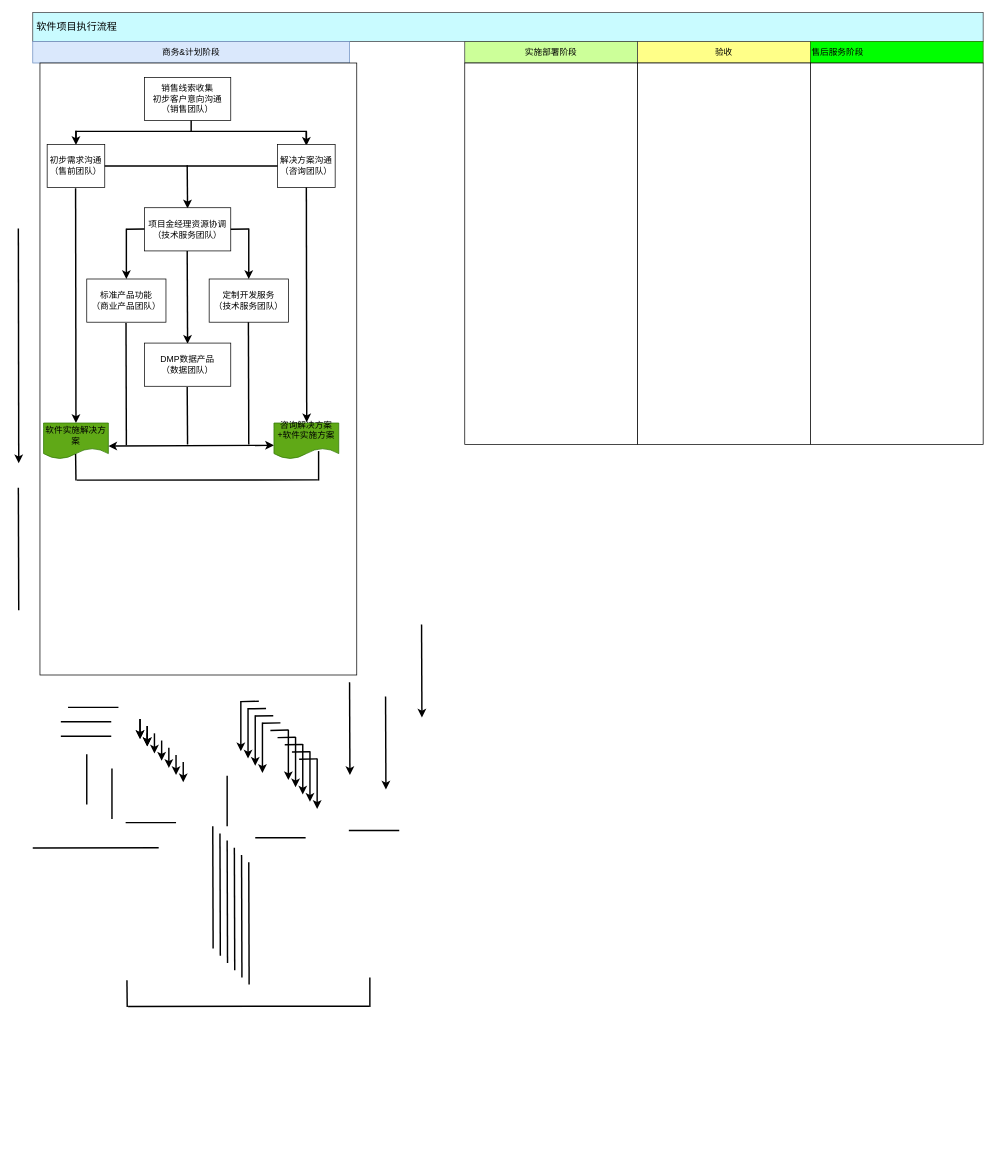
Before: 未命名绘图.drawio in pingxinerlun/Demo, a draw.io diagram. Source tidied: cells renumbered, new cells numbered last; positions are measured from the earlier drawing's top-left corner, leaving out a move shared by most shapes. Both pictures are drawn from the tidied source at 72%, with x=0, y=0 at pixel (18, 12).
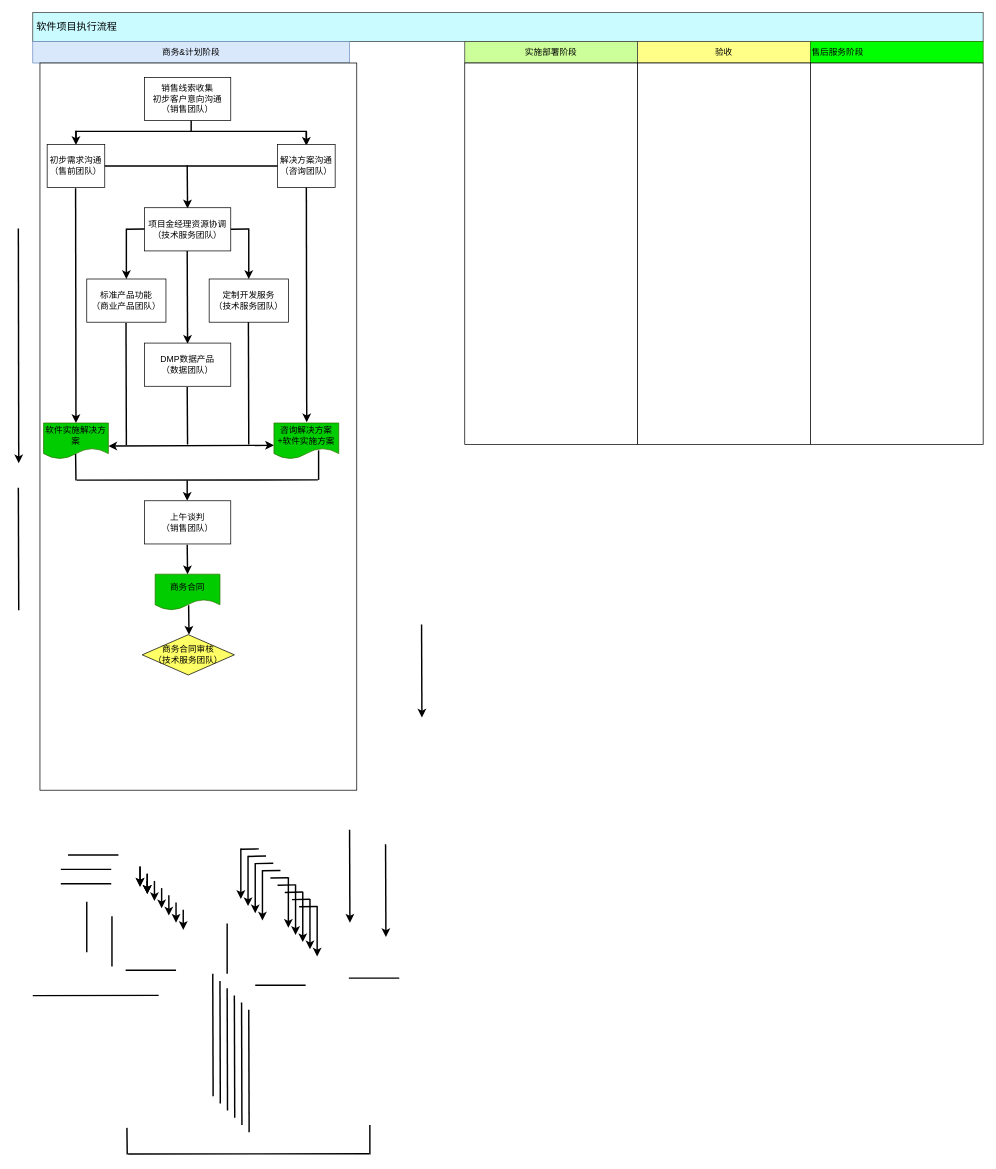
The same page after the edit.

Commit message:
商务合同审核.drawio

Diff of the diagram source:
```diff
@@
     <mxCell id="7" style="rounded=0;whiteSpace=wrap;html=1;align=left;fillColor=#FFFFFF;" parent="1" vertex="1">
-      <mxGeometry x="30" y="70" width="440" height="850" as="geometry" />
+      <mxGeometry x="30" y="70" width="440" height="1010" as="geometry" />
     </mxCell>
@@
     <mxCell id="16" style="endArrow=classic;html=1;endSize=6;strokeWidth=2;" parent="1" edge="1">
       <mxGeometry relative="1" as="geometry">
-        <mxPoint x="169" y="981" as="sourcePoint" />
-        <mxPoint x="169" y="1009" as="targetPoint" />
+        <mxPoint x="169" y="1186" as="sourcePoint" />
+        <mxPoint x="169" y="1214" as="targetPoint" />
       </mxGeometry>
     </mxCell>
     <mxCell id="17" style="endArrow=classic;html=1;endSize=6;strokeWidth=2;" parent="1" edge="1">
       <mxGeometry relative="1" as="geometry">
-        <mxPoint x="179" y="1001" as="sourcePoint" />
-        <mxPoint x="179" y="1019" as="targetPoint" />
+        <mxPoint x="179" y="1206" as="sourcePoint" />
+        <mxPoint x="179" y="1224" as="targetPoint" />
       </mxGeometry>
     </mxCell>
@@
     <mxCell id="21" style="endArrow=classic;html=1;endSize=6;strokeWidth=2;" parent="1" edge="1">
       <mxGeometry relative="1" as="geometry">
-        <mxPoint x="169" y="981" as="sourcePoint" />
-        <mxPoint x="169" y="1009" as="targetPoint" />
+        <mxPoint x="169" y="1186" as="sourcePoint" />
+        <mxPoint x="169" y="1214" as="targetPoint" />
       </mxGeometry>
     </mxCell>
@@
     <mxCell id="24" style="endArrow=classic;html=1;endSize=6;strokeWidth=2;" parent="1" edge="1">
       <mxGeometry relative="1" as="geometry">
-        <mxPoint x="179" y="991" as="sourcePoint" />
-        <mxPoint x="179" y="1019" as="targetPoint" />
+        <mxPoint x="179" y="1196" as="sourcePoint" />
+        <mxPoint x="179" y="1224" as="targetPoint" />
       </mxGeometry>
     </mxCell>
     <mxCell id="25" style="endArrow=classic;html=1;endSize=6;strokeWidth=2;" parent="1" edge="1">
       <mxGeometry relative="1" as="geometry">
-        <mxPoint x="189" y="1001" as="sourcePoint" />
-        <mxPoint x="189" y="1029" as="targetPoint" />
+        <mxPoint x="189" y="1206" as="sourcePoint" />
+        <mxPoint x="189" y="1234" as="targetPoint" />
       </mxGeometry>
     </mxCell>
     <mxCell id="26" style="endArrow=classic;html=1;endSize=6;strokeWidth=2;" parent="1" edge="1">
       <mxGeometry relative="1" as="geometry">
-        <mxPoint x="199" y="1011" as="sourcePoint" />
-        <mxPoint x="199" y="1039" as="targetPoint" />
+        <mxPoint x="199" y="1216" as="sourcePoint" />
+        <mxPoint x="199" y="1244" as="targetPoint" />
       </mxGeometry>
     </mxCell>
     <mxCell id="27" style="endArrow=classic;html=1;endSize=6;strokeWidth=2;" parent="1" edge="1">
       <mxGeometry relative="1" as="geometry">
-        <mxPoint x="209" y="1021" as="sourcePoint" />
-        <mxPoint x="209" y="1049" as="targetPoint" />
+        <mxPoint x="209" y="1226" as="sourcePoint" />
+        <mxPoint x="209" y="1254" as="targetPoint" />
       </mxGeometry>
     </mxCell>
     <mxCell id="28" style="endArrow=classic;html=1;endSize=6;strokeWidth=2;" parent="1" edge="1">
       <mxGeometry relative="1" as="geometry">
-        <mxPoint x="219" y="1031" as="sourcePoint" />
-        <mxPoint x="219" y="1059" as="targetPoint" />
+        <mxPoint x="219" y="1236" as="sourcePoint" />
+        <mxPoint x="219" y="1264" as="targetPoint" />
       </mxGeometry>
     </mxCell>
     <mxCell id="29" style="endArrow=classic;html=1;endSize=6;strokeWidth=2;" parent="1" edge="1">
       <mxGeometry relative="1" as="geometry">
-        <mxPoint x="229" y="1041" as="sourcePoint" />
-        <mxPoint x="229" y="1069" as="targetPoint" />
+        <mxPoint x="229" y="1246" as="sourcePoint" />
+        <mxPoint x="229" y="1274" as="targetPoint" />
       </mxGeometry>
     </mxCell>
@@
     <mxCell id="31" style="endArrow=none;html=1;strokeWidth=2;" parent="1" edge="1">
       <mxGeometry relative="1" as="geometry">
-        <mxPoint x="59" y="985" as="sourcePoint" />
-        <mxPoint x="129" y="985" as="targetPoint" />
+        <mxPoint x="59" y="1190" as="sourcePoint" />
+        <mxPoint x="129" y="1190" as="targetPoint" />
       </mxGeometry>
     </mxCell>
     <mxCell id="32" style="endArrow=none;html=1;strokeWidth=2;" parent="1" edge="1">
       <mxGeometry relative="1" as="geometry">
-        <mxPoint x="459" y="1136" as="sourcePoint" />
-        <mxPoint x="529" y="1136" as="targetPoint" />
+        <mxPoint x="459" y="1341" as="sourcePoint" />
+        <mxPoint x="529" y="1341" as="targetPoint" />
       </mxGeometry>
     </mxCell>
     <mxCell id="33" style="endArrow=none;html=1;strokeWidth=2;" parent="1" edge="1">
       <mxGeometry relative="1" as="geometry">
-        <mxPoint x="329" y="1146" as="sourcePoint" />
-        <mxPoint x="399" y="1146" as="targetPoint" />
+        <mxPoint x="329" y="1351" as="sourcePoint" />
+        <mxPoint x="399" y="1351" as="targetPoint" />
       </mxGeometry>
     </mxCell>
     <mxCell id="34" style="endArrow=none;html=1;strokeWidth=2;" parent="1" edge="1">
       <mxGeometry relative="1" as="geometry">
-        <mxPoint x="149" y="1125" as="sourcePoint" />
-        <mxPoint x="219" y="1125" as="targetPoint" />
+        <mxPoint x="149" y="1330" as="sourcePoint" />
+        <mxPoint x="219" y="1330" as="targetPoint" />
       </mxGeometry>
     </mxCell>
     <mxCell id="35" style="endArrow=none;html=1;strokeWidth=2;" parent="1" edge="1">
       <mxGeometry relative="1" as="geometry">
-        <mxPoint x="130" y="1120" as="sourcePoint" />
-        <mxPoint x="130" y="1050" as="targetPoint" />
+        <mxPoint x="130" y="1325" as="sourcePoint" />
+        <mxPoint x="130" y="1255" as="targetPoint" />
       </mxGeometry>
     </mxCell>
     <mxCell id="36" style="endArrow=none;html=1;strokeWidth=2;" parent="1" edge="1">
       <mxGeometry relative="1" as="geometry">
-        <mxPoint x="59" y="1005" as="sourcePoint" />
-        <mxPoint x="129" y="1005" as="targetPoint" />
+        <mxPoint x="59" y="1210" as="sourcePoint" />
+        <mxPoint x="129" y="1210" as="targetPoint" />
       </mxGeometry>
     </mxCell>
     <mxCell id="37" style="endArrow=classic;html=1;endSize=6;strokeWidth=2;" parent="1" edge="1">
       <mxGeometry relative="1" as="geometry">
-        <mxPoint x="179" y="991" as="sourcePoint" />
-        <mxPoint x="179" y="1019" as="targetPoint" />
+        <mxPoint x="179" y="1196" as="sourcePoint" />
+        <mxPoint x="179" y="1224" as="targetPoint" />
       </mxGeometry>
     </mxCell>
     <mxCell id="38" style="endArrow=classic;html=1;endSize=6;strokeWidth=2;" parent="1" edge="1">
       <mxGeometry relative="1" as="geometry">
-        <mxPoint x="309" y="956" as="sourcePoint" />
-        <mxPoint x="309" y="1026" as="targetPoint" />
+        <mxPoint x="309" y="1161" as="sourcePoint" />
+        <mxPoint x="309" y="1231" as="targetPoint" />
       </mxGeometry>
     </mxCell>
     <mxCell id="39" style="endArrow=none;html=1;strokeWidth=2;" parent="1" edge="1">
       <mxGeometry relative="1" as="geometry">
-        <mxPoint x="309" y="957" as="sourcePoint" />
-        <mxPoint x="334" y="956.5" as="targetPoint" />
+        <mxPoint x="309" y="1162" as="sourcePoint" />
+        <mxPoint x="334" y="1161.5" as="targetPoint" />
       </mxGeometry>
     </mxCell>
     <mxCell id="40" style="endArrow=classic;html=1;endSize=6;strokeWidth=2;" parent="1" edge="1">
       <mxGeometry relative="1" as="geometry">
-        <mxPoint x="319" y="966" as="sourcePoint" />
-        <mxPoint x="319" y="1036" as="targetPoint" />
+        <mxPoint x="319" y="1171" as="sourcePoint" />
+        <mxPoint x="319" y="1241" as="targetPoint" />
       </mxGeometry>
     </mxCell>
     <mxCell id="41" style="endArrow=none;html=1;strokeWidth=2;" parent="1" edge="1">
       <mxGeometry relative="1" as="geometry">
-        <mxPoint x="319" y="967" as="sourcePoint" />
-        <mxPoint x="344" y="966.5" as="targetPoint" />
+        <mxPoint x="319" y="1172" as="sourcePoint" />
+        <mxPoint x="344" y="1171.5" as="targetPoint" />
       </mxGeometry>
     </mxCell>
     <mxCell id="42" style="endArrow=classic;html=1;endSize=6;strokeWidth=2;" parent="1" edge="1">
       <mxGeometry relative="1" as="geometry">
-        <mxPoint x="329" y="976" as="sourcePoint" />
-        <mxPoint x="329" y="1046" as="targetPoint" />
+        <mxPoint x="329" y="1181" as="sourcePoint" />
+        <mxPoint x="329" y="1251" as="targetPoint" />
       </mxGeometry>
     </mxCell>
     <mxCell id="43" style="endArrow=none;html=1;strokeWidth=2;" parent="1" edge="1">
       <mxGeometry relative="1" as="geometry">
-        <mxPoint x="329" y="977" as="sourcePoint" />
-        <mxPoint x="354" y="976.5" as="targetPoint" />
+        <mxPoint x="329" y="1182" as="sourcePoint" />
+        <mxPoint x="354" y="1181.5" as="targetPoint" />
       </mxGeometry>
     </mxCell>
     <mxCell id="44" style="endArrow=classic;html=1;endSize=6;strokeWidth=2;" parent="1" edge="1">
       <mxGeometry relative="1" as="geometry">
-        <mxPoint x="339" y="986" as="sourcePoint" />
-        <mxPoint x="339" y="1056" as="targetPoint" />
+        <mxPoint x="339" y="1191" as="sourcePoint" />
+        <mxPoint x="339" y="1261" as="targetPoint" />
       </mxGeometry>
     </mxCell>
     <mxCell id="45" style="endArrow=none;html=1;strokeWidth=2;" parent="1" edge="1">
       <mxGeometry relative="1" as="geometry">
-        <mxPoint x="339" y="987" as="sourcePoint" />
-        <mxPoint x="364" y="986.5" as="targetPoint" />
+        <mxPoint x="339" y="1192" as="sourcePoint" />
+        <mxPoint x="364" y="1191.5" as="targetPoint" />
       </mxGeometry>
     </mxCell>
     <mxCell id="46" style="endArrow=classic;html=1;endSize=6;strokeWidth=2;" parent="1" edge="1">
       <mxGeometry relative="1" as="geometry">
-        <mxPoint x="375" y="996" as="sourcePoint" />
-        <mxPoint x="375" y="1066" as="targetPoint" />
+        <mxPoint x="375" y="1201" as="sourcePoint" />
+        <mxPoint x="375" y="1271" as="targetPoint" />
       </mxGeometry>
     </mxCell>
     <mxCell id="47" style="endArrow=none;html=1;strokeWidth=2;" parent="1" edge="1">
       <mxGeometry relative="1" as="geometry">
-        <mxPoint x="350" y="997" as="sourcePoint" />
-        <mxPoint x="375" y="996.5" as="targetPoint" />
+        <mxPoint x="350" y="1202" as="sourcePoint" />
+        <mxPoint x="375" y="1201.5" as="targetPoint" />
       </mxGeometry>
     </mxCell>
     <mxCell id="48" style="endArrow=classic;html=1;endSize=6;strokeWidth=2;" parent="1" edge="1">
       <mxGeometry relative="1" as="geometry">
-        <mxPoint x="385" y="1006" as="sourcePoint" />
-        <mxPoint x="385" y="1076" as="targetPoint" />
+        <mxPoint x="385" y="1211" as="sourcePoint" />
+        <mxPoint x="385" y="1281" as="targetPoint" />
       </mxGeometry>
     </mxCell>
     <mxCell id="49" style="endArrow=none;html=1;strokeWidth=2;" parent="1" edge="1">
       <mxGeometry relative="1" as="geometry">
-        <mxPoint x="360" y="1007" as="sourcePoint" />
-        <mxPoint x="385" y="1006.5" as="targetPoint" />
+        <mxPoint x="360" y="1212" as="sourcePoint" />
+        <mxPoint x="385" y="1211.5" as="targetPoint" />
       </mxGeometry>
     </mxCell>
     <mxCell id="50" style="endArrow=classic;html=1;endSize=6;strokeWidth=2;" parent="1" edge="1">
       <mxGeometry relative="1" as="geometry">
-        <mxPoint x="395" y="1016" as="sourcePoint" />
-        <mxPoint x="395" y="1086" as="targetPoint" />
+        <mxPoint x="395" y="1221" as="sourcePoint" />
+        <mxPoint x="395" y="1291" as="targetPoint" />
       </mxGeometry>
     </mxCell>
     <mxCell id="51" style="endArrow=none;html=1;strokeWidth=2;" parent="1" edge="1">
       <mxGeometry relative="1" as="geometry">
-        <mxPoint x="370" y="1017" as="sourcePoint" />
-        <mxPoint x="395" y="1016.5" as="targetPoint" />
+        <mxPoint x="370" y="1222" as="sourcePoint" />
+        <mxPoint x="395" y="1221.5" as="targetPoint" />
       </mxGeometry>
     </mxCell>
     <mxCell id="52" style="endArrow=classic;html=1;endSize=6;strokeWidth=2;" parent="1" edge="1">
       <mxGeometry relative="1" as="geometry">
-        <mxPoint x="405" y="1026" as="sourcePoint" />
-        <mxPoint x="405" y="1096" as="targetPoint" />
+        <mxPoint x="405" y="1231" as="sourcePoint" />
+        <mxPoint x="405" y="1301" as="targetPoint" />
       </mxGeometry>
     </mxCell>
     <mxCell id="53" style="endArrow=none;html=1;strokeWidth=2;" parent="1" edge="1">
       <mxGeometry relative="1" as="geometry">
-        <mxPoint x="380" y="1027" as="sourcePoint" />
-        <mxPoint x="405" y="1026.5" as="targetPoint" />
+        <mxPoint x="380" y="1232" as="sourcePoint" />
+        <mxPoint x="405" y="1231.5" as="targetPoint" />
       </mxGeometry>
     </mxCell>
     <mxCell id="54" style="endArrow=classic;html=1;endSize=6;strokeWidth=2;" parent="1" edge="1">
       <mxGeometry relative="1" as="geometry">
-        <mxPoint x="415" y="1036" as="sourcePoint" />
-        <mxPoint x="415" y="1106" as="targetPoint" />
+        <mxPoint x="415" y="1241" as="sourcePoint" />
+        <mxPoint x="415" y="1311" as="targetPoint" />
       </mxGeometry>
     </mxCell>
     <mxCell id="55" style="endArrow=none;html=1;strokeWidth=2;" parent="1" edge="1">
       <mxGeometry relative="1" as="geometry">
-        <mxPoint x="390" y="1037" as="sourcePoint" />
-        <mxPoint x="415" y="1036.5" as="targetPoint" />
+        <mxPoint x="390" y="1242" as="sourcePoint" />
+        <mxPoint x="415" y="1241.5" as="targetPoint" />
       </mxGeometry>
     </mxCell>
@@
     <mxCell id="62" style="endArrow=classic;html=1;endSize=6;strokeWidth=2;" parent="1" edge="1">
       <mxGeometry relative="1" as="geometry">
-        <mxPoint x="460" y="930" as="sourcePoint" />
-        <mxPoint x="460.5" y="1059" as="targetPoint" />
+        <mxPoint x="460" y="1135" as="sourcePoint" />
+        <mxPoint x="460.5" y="1264" as="targetPoint" />
       </mxGeometry>
     </mxCell>
@@
     <mxCell id="65" style="endArrow=classic;html=1;endSize=6;strokeWidth=2;" parent="1" edge="1">
       <mxGeometry relative="1" as="geometry">
-        <mxPoint x="510" y="950" as="sourcePoint" />
-        <mxPoint x="510.5" y="1079" as="targetPoint" />
+        <mxPoint x="510" y="1155" as="sourcePoint" />
+        <mxPoint x="510.5" y="1284" as="targetPoint" />
       </mxGeometry>
     </mxCell>
@@
     <mxCell id="68" style="endArrow=none;html=1;strokeWidth=2;" parent="1" edge="1">
       <mxGeometry relative="1" as="geometry">
-        <mxPoint x="69" y="965" as="sourcePoint" />
-        <mxPoint x="139" y="965" as="targetPoint" />
+        <mxPoint x="69" y="1170" as="sourcePoint" />
+        <mxPoint x="139" y="1170" as="targetPoint" />
       </mxGeometry>
     </mxCell>
     <mxCell id="69" style="endArrow=none;html=1;strokeWidth=2;" parent="1" edge="1">
       <mxGeometry relative="1" as="geometry">
-        <mxPoint x="95" y="1100" as="sourcePoint" />
-        <mxPoint x="95" y="1030" as="targetPoint" />
+        <mxPoint x="95" y="1305" as="sourcePoint" />
+        <mxPoint x="95" y="1235" as="targetPoint" />
       </mxGeometry>
     </mxCell>
@@
     <mxCell id="71" style="endArrow=none;html=1;strokeWidth=2;" parent="1" edge="1">
       <mxGeometry relative="1" as="geometry">
-        <mxPoint x="290" y="1130" as="sourcePoint" />
-        <mxPoint x="290" y="1060" as="targetPoint" />
+        <mxPoint x="290" y="1335" as="sourcePoint" />
+        <mxPoint x="290" y="1265" as="targetPoint" />
       </mxGeometry>
     </mxCell>
     <mxCell id="72" style="endArrow=none;html=1;strokeWidth=2;" parent="1" edge="1">
       <mxGeometry relative="1" as="geometry">
-        <mxPoint x="270.5" y="1300" as="sourcePoint" />
-        <mxPoint x="270" y="1130" as="targetPoint" />
+        <mxPoint x="270.5" y="1505" as="sourcePoint" />
+        <mxPoint x="270" y="1335" as="targetPoint" />
       </mxGeometry>
     </mxCell>
@@
     <mxCell id="75" style="endArrow=none;html=1;strokeWidth=2;" parent="1" edge="1">
       <mxGeometry relative="1" as="geometry">
-        <mxPoint x="280.5" y="1310" as="sourcePoint" />
-        <mxPoint x="280" y="1140" as="targetPoint" />
+        <mxPoint x="280.5" y="1515" as="sourcePoint" />
+        <mxPoint x="280" y="1345" as="targetPoint" />
       </mxGeometry>
     </mxCell>
     <mxCell id="76" style="endArrow=none;html=1;strokeWidth=2;" parent="1" edge="1">
       <mxGeometry relative="1" as="geometry">
-        <mxPoint x="290.5" y="1320" as="sourcePoint" />
-        <mxPoint x="290" y="1150" as="targetPoint" />
+        <mxPoint x="290.5" y="1525" as="sourcePoint" />
+        <mxPoint x="290" y="1355" as="targetPoint" />
       </mxGeometry>
     </mxCell>
     <mxCell id="77" style="endArrow=none;html=1;strokeWidth=2;" parent="1" edge="1">
       <mxGeometry relative="1" as="geometry">
-        <mxPoint x="300.5" y="1330" as="sourcePoint" />
-        <mxPoint x="300" y="1160" as="targetPoint" />
+        <mxPoint x="300.5" y="1535" as="sourcePoint" />
+        <mxPoint x="300" y="1365" as="targetPoint" />
       </mxGeometry>
     </mxCell>
     <mxCell id="78" style="endArrow=none;html=1;strokeWidth=2;" parent="1" edge="1">
       <mxGeometry relative="1" as="geometry">
-        <mxPoint x="310.5" y="1340" as="sourcePoint" />
-        <mxPoint x="310" y="1170" as="targetPoint" />
+        <mxPoint x="310.5" y="1545" as="sourcePoint" />
+        <mxPoint x="310" y="1375" as="targetPoint" />
       </mxGeometry>
     </mxCell>
     <mxCell id="79" style="endArrow=none;html=1;strokeWidth=2;" parent="1" edge="1">
       <mxGeometry relative="1" as="geometry">
-        <mxPoint x="320.5" y="1350" as="sourcePoint" />
-        <mxPoint x="320" y="1180" as="targetPoint" />
+        <mxPoint x="320.5" y="1555" as="sourcePoint" />
+        <mxPoint x="320" y="1385" as="targetPoint" />
       </mxGeometry>
     </mxCell>
@@
-    <mxCell id="81" value="&lt;font color=&quot;#000000&quot;&gt;软件实施解决方案&lt;/font&gt;" style="shape=document;whiteSpace=wrap;html=1;boundedLbl=1;fillColor=#60a917;align=center;strokeColor=#2D7600;fontColor=#ffffff;" parent="1" vertex="1">
+    <mxCell id="81" value="&lt;font color=&quot;#000000&quot;&gt;软件实施解决方案&lt;/font&gt;" style="shape=document;whiteSpace=wrap;html=1;boundedLbl=1;align=center;strokeColor=#2D7600;fontColor=#ffffff;fillColor=#00CC00;" parent="1" vertex="1">
       <mxGeometry x="35" y="570" width="90" height="50" as="geometry" />
     </mxCell>
@@
-    <mxCell id="83" value="&lt;font color=&quot;#000000&quot;&gt;咨询解决方案&lt;br&gt;+软件实施方案&lt;br&gt;&lt;br&gt;&lt;/font&gt;" style="shape=document;whiteSpace=wrap;html=1;boundedLbl=1;fillColor=#60a917;align=center;strokeColor=#2D7600;fontColor=#ffffff;" parent="1" vertex="1">
+    <mxCell id="83" value="&lt;font color=&quot;#000000&quot;&gt;咨询解决方案&lt;br&gt;+软件实施方案&lt;br&gt;&lt;/font&gt;" style="shape=document;whiteSpace=wrap;html=1;boundedLbl=1;align=center;strokeColor=#2D7600;fontColor=#ffffff;fillColor=#00CC00;" parent="1" vertex="1">
       <mxGeometry x="355" y="570" width="90" height="50" as="geometry" />
     </mxCell>
@@
     <mxCell id="85" style="endArrow=none;html=1;strokeWidth=2;exitX=0.023;exitY=0.671;exitDx=0;exitDy=0;exitPerimeter=0;" parent="1" edge="1">
       <mxGeometry relative="1" as="geometry">
-        <mxPoint x="20" y="1160.3" as="sourcePoint" />
-        <mxPoint x="194.9" y="1160" as="targetPoint" />
+        <mxPoint x="20" y="1365.3" as="sourcePoint" />
+        <mxPoint x="194.9" y="1365" as="targetPoint" />
       </mxGeometry>
     </mxCell>
@@
     <mxCell id="87" style="endArrow=none;html=1;strokeWidth=2;" parent="1" edge="1">
       <mxGeometry relative="1" as="geometry">
-        <mxPoint x="417" y="650" as="sourcePoint" />
-        <mxPoint x="417" y="609" as="targetPoint" />
+        <mxPoint x="417" y="649" as="sourcePoint" />
+        <mxPoint x="417" y="608" as="targetPoint" />
       </mxGeometry>
     </mxCell>
     <mxCell id="88" style="endArrow=none;html=1;strokeWidth=2;exitX=0.023;exitY=0.671;exitDx=0;exitDy=0;exitPerimeter=0;" parent="1" edge="1">
       <mxGeometry relative="1" as="geometry">
-        <mxPoint x="152.4" y="1380.3" as="sourcePoint" />
-        <mxPoint x="487.2" y="1380" as="targetPoint" />
+        <mxPoint x="152.4" y="1585.3" as="sourcePoint" />
+        <mxPoint x="487.2" y="1585" as="targetPoint" />
       </mxGeometry>
     </mxCell>
     <mxCell id="89" style="endArrow=none;html=1;strokeWidth=2;" parent="1" edge="1">
       <mxGeometry relative="1" as="geometry">
-        <mxPoint x="151.2" y="1381" as="sourcePoint" />
-        <mxPoint x="150.8" y="1344" as="targetPoint" />
+        <mxPoint x="151.2" y="1586" as="sourcePoint" />
+        <mxPoint x="150.8" y="1549" as="targetPoint" />
       </mxGeometry>
     </mxCell>
     <mxCell id="90" style="endArrow=none;html=1;strokeWidth=2;" parent="1" edge="1">
       <mxGeometry relative="1" as="geometry">
-        <mxPoint x="488.2" y="1381" as="sourcePoint" />
-        <mxPoint x="488.2" y="1340" as="targetPoint" />
+        <mxPoint x="488.2" y="1586" as="sourcePoint" />
+        <mxPoint x="488.2" y="1545" as="targetPoint" />
       </mxGeometry>
     </mxCell>
+    <mxCell id="91" style="endArrow=classic;html=1;endSize=6;strokeWidth=2;" parent="1" edge="1">
+      <mxGeometry relative="1" as="geometry">
+        <mxPoint x="234.5" y="650" as="sourcePoint" />
+        <mxPoint x="234.5" y="678" as="targetPoint" />
+      </mxGeometry>
+    </mxCell>
+    <mxCell id="92" value="上午谈判&lt;br&gt;（销售团队）" style="rounded=0;whiteSpace=wrap;html=1;fillColor=#FFFFFF;align=center;" parent="1" vertex="1">
+      <mxGeometry x="175" y="678" width="120" height="60" as="geometry" />
+    </mxCell>
+    <mxCell id="93" value="&lt;font color=&quot;#000000&quot;&gt;商务合同&lt;/font&gt;" style="shape=document;whiteSpace=wrap;html=1;boundedLbl=1;align=center;strokeColor=#2D7600;fontColor=#ffffff;fillColor=#00CC00;" parent="1" vertex="1">
+      <mxGeometry x="190" y="780" width="90" height="50" as="geometry" />
+    </mxCell>
+    <mxCell id="94" style="endArrow=classic;html=1;endSize=6;strokeWidth=2;entryX=0.5;entryY=0;entryDx=0;entryDy=0;" parent="1" edge="1" target="93">
+      <mxGeometry relative="1" as="geometry">
+        <mxPoint x="234.5" y="739" as="sourcePoint" />
+      </mxGeometry>
+    </mxCell>
+    <mxCell id="95" value="商务合同审核&lt;br&gt;（技术服务团队）" style="rhombus;whiteSpace=wrap;html=1;align=center;fillColor=#FFFF66;" parent="1" vertex="1">
+      <mxGeometry x="172" y="864" width="128" height="56" as="geometry" />
+    </mxCell>
+    <mxCell id="96" style="endArrow=classic;html=1;endSize=6;strokeWidth=2;entryX=0.5;entryY=0;entryDx=0;entryDy=0;" parent="1" edge="1">
+      <mxGeometry relative="1" as="geometry">
+        <mxPoint x="236.5" y="823" as="sourcePoint" />
+        <mxPoint x="237" y="864" as="targetPoint" />
+      </mxGeometry>
+    </mxCell>
```
